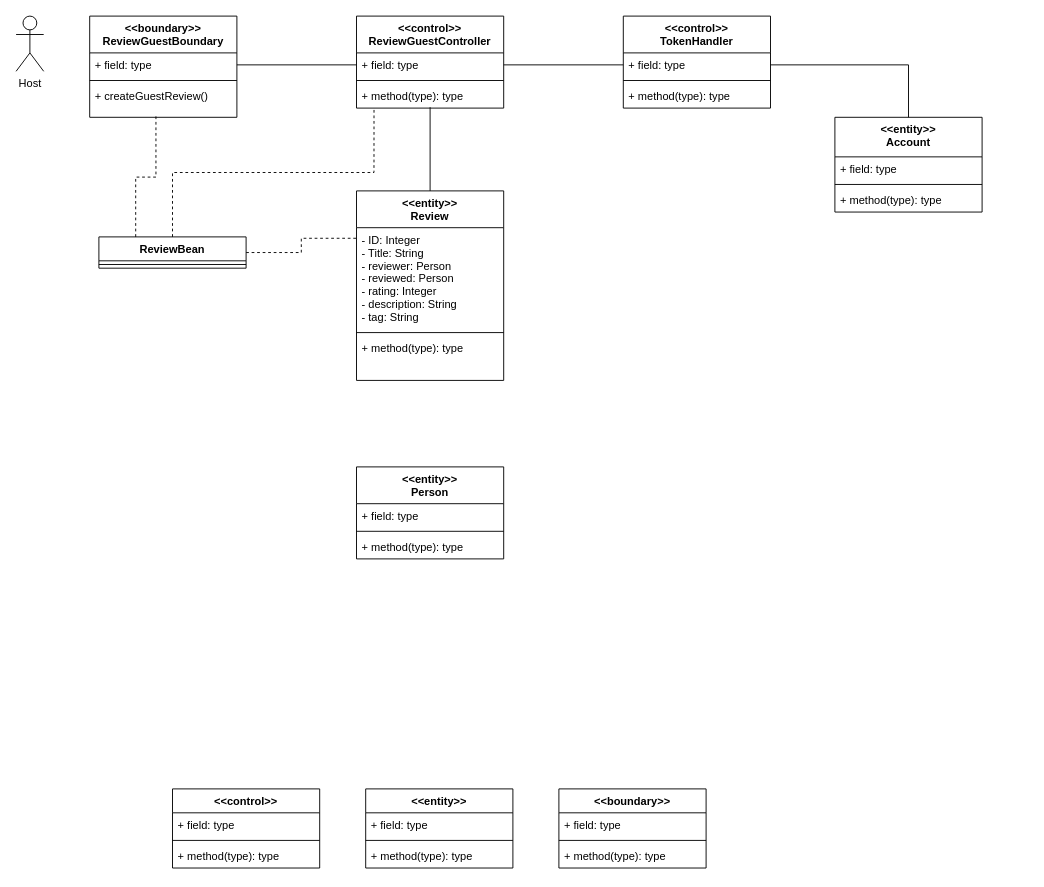
nic-agos/DoveStudi keeps this draw.io diagram as Docs/VoPC/VoPC ReviewGuest.drawio. Above is the earlier version. Source tidied: cells renumbered, new cells numbered last; positions are measured from the earlier drawing's top-left corner, leaving out a move shared by most shapes. Both pictures are drawn from the tidied source at 92%, with x=0, y=0 at pixel (16, 16).
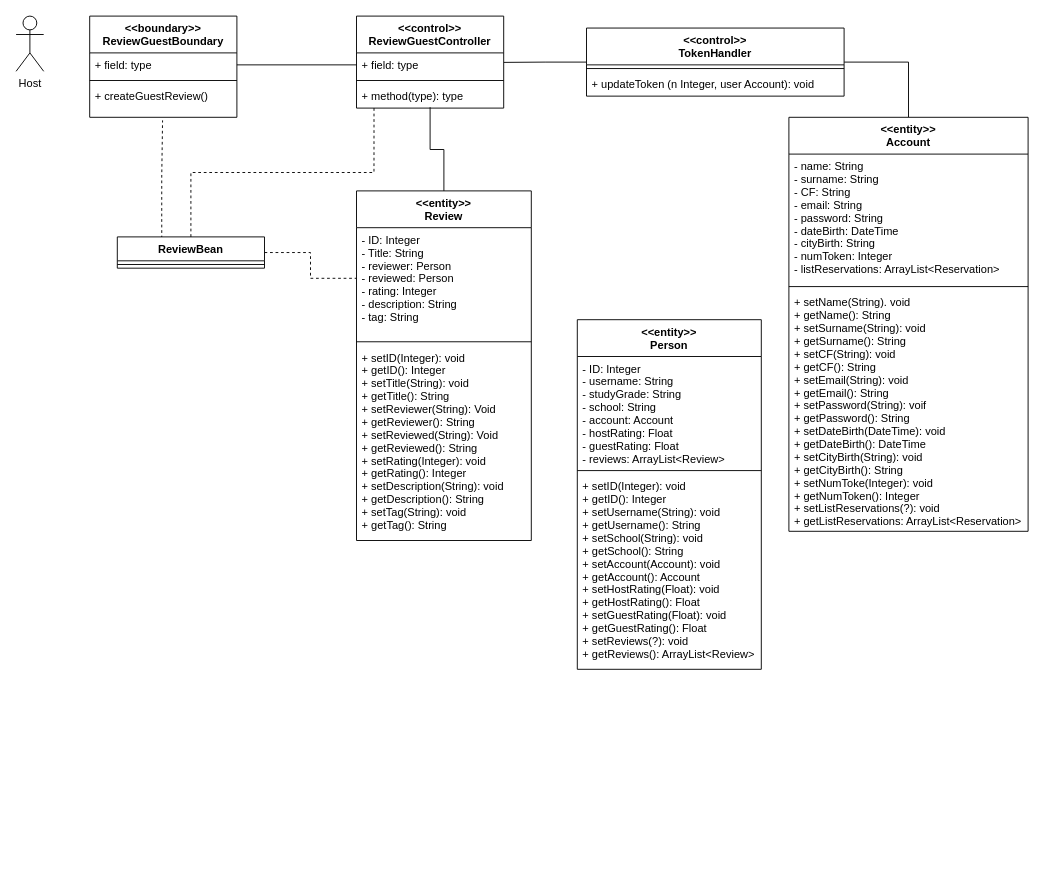
The same diagram, later.

Commit message:
Added setter and getter methods

The change refers to these unchanged cells:
```xml
<mxCell id="21" value="+ field: type" style="text;strokeColor=none;fillColor=none;align=left;verticalAlign=top;spacingLeft=4;spacingRight=4;overflow=hidden;points=[[0,0.5],[1,0.5]];portConstraint=eastwest;" parent="20" vertex="1">
  <mxGeometry y="40" width="160" height="26" as="geometry" />
</mxCell>
<mxCell id="23" value="+ createGuestReview()" style="text;strokeColor=none;fillColor=none;align=left;verticalAlign=top;spacingLeft=4;spacingRight=4;overflow=hidden;points=[[0,0.5],[1,0.5]];portConstraint=eastwest;" parent="20" vertex="1">
  <mxGeometry y="74" width="160" height="36" as="geometry" />
</mxCell>
<mxCell id="25" value="+ field: type" style="text;strokeColor=none;fillColor=none;align=left;verticalAlign=top;spacingLeft=4;spacingRight=4;overflow=hidden;points=[[0,0.5],[1,0.5]];portConstraint=eastwest;" parent="24" vertex="1">
  <mxGeometry y="40" width="160" height="26" as="geometry" />
</mxCell>
```

Change to the diagram source:
```diff
@@
-    <mxCell id="2" value="&lt;&lt;control&gt;&gt;" style="swimlane;fontStyle=1;align=center;verticalAlign=top;horizontal=1;startSize=26;" parent="1" vertex="1">
-      <mxGeometry x="170" y="840" width="160" height="86" as="geometry" />
-    </mxCell>
-    <mxCell id="3" value="+ field: type" style="text;strokeColor=none;fillColor=none;align=left;verticalAlign=top;spacingLeft=4;spacingRight=4;overflow=hidden;" parent="2" vertex="1">
-      <mxGeometry y="26" width="160" height="26" as="geometry" />
-    </mxCell>
-    <mxCell id="4" style="line;strokeWidth=1;fillColor=none;align=left;verticalAlign=middle;spacingTop=-1;spacingLeft=3;spacingRight=3;labelPosition=right;" parent="2" vertex="1">
-      <mxGeometry y="52" width="160" height="8" as="geometry" />
-    </mxCell>
-    <mxCell id="5" value="+ method(type): type" style="text;strokeColor=none;fillColor=none;align=left;verticalAlign=top;spacingLeft=4;spacingRight=4;overflow=hidden;" parent="2" vertex="1">
-      <mxGeometry y="60" width="160" height="26" as="geometry" />
-    </mxCell>
-    <mxCell id="6" value="&lt;&lt;entity&gt;&gt;" style="swimlane;fontStyle=1;align=center;verticalAlign=top;horizontal=1;startSize=26;" parent="1" vertex="1">
-      <mxGeometry x="380" y="840" width="160" height="86" as="geometry" />
-    </mxCell>
-    <mxCell id="7" value="+ field: type" style="text;strokeColor=none;fillColor=none;align=left;verticalAlign=top;spacingLeft=4;spacingRight=4;overflow=hidden;" parent="6" vertex="1">
-      <mxGeometry y="26" width="160" height="26" as="geometry" />
-    </mxCell>
-    <mxCell id="8" style="line;strokeWidth=1;fillColor=none;align=left;verticalAlign=middle;spacingTop=-1;spacingLeft=3;spacingRight=3;labelPosition=right;" parent="6" vertex="1">
-      <mxGeometry y="52" width="160" height="8" as="geometry" />
-    </mxCell>
-    <mxCell id="9" value="+ method(type): type" style="text;strokeColor=none;fillColor=none;align=left;verticalAlign=top;spacingLeft=4;spacingRight=4;overflow=hidden;" parent="6" vertex="1">
-      <mxGeometry y="60" width="160" height="26" as="geometry" />
-    </mxCell>
-    <mxCell id="10" value="&lt;&lt;boundary&gt;&gt;" style="swimlane;fontStyle=1;align=center;verticalAlign=top;horizontal=1;startSize=26;" parent="1" vertex="1">
-      <mxGeometry x="590" y="840" width="160" height="86" as="geometry" />
-    </mxCell>
-    <mxCell id="11" value="+ field: type" style="text;strokeColor=none;fillColor=none;align=left;verticalAlign=top;spacingLeft=4;spacingRight=4;overflow=hidden;" parent="10" vertex="1">
-      <mxGeometry y="26" width="160" height="26" as="geometry" />
-    </mxCell>
-    <mxCell id="12" style="line;strokeWidth=1;fillColor=none;align=left;verticalAlign=middle;spacingTop=-1;spacingLeft=3;spacingRight=3;labelPosition=right;" parent="10" vertex="1">
-      <mxGeometry y="52" width="160" height="8" as="geometry" />
-    </mxCell>
-    <mxCell id="13" value="+ method(type): type" style="text;strokeColor=none;fillColor=none;align=left;verticalAlign=top;spacingLeft=4;spacingRight=4;overflow=hidden;" parent="10" vertex="1">
-      <mxGeometry y="60" width="160" height="26" as="geometry" />
-    </mxCell>
@@
-    <mxCell id="16" style="edgeStyle=orthogonalEdgeStyle;rounded=0;jettySize=auto;html=1;exitX=0.25;exitY=0;exitDx=0;exitDy=0;entryX=0.45;entryY=0.972;entryDx=0;entryDy=0;entryPerimeter=0;dashed=1;endArrow=none;endFill=0;" parent="1" edge="1" source="17" target="23">
-      <mxGeometry relative="1" as="geometry" />
+    <mxCell id="16" style="edgeStyle=orthogonalEdgeStyle;rounded=0;jettySize=auto;html=1;entryX=0.495;entryY=1.093;entryDx=0;entryDy=0;entryPerimeter=0;dashed=1;endArrow=none;endFill=0;exitX=0.302;exitY=0.049;exitDx=0;exitDy=0;exitPerimeter=0;" parent="1" edge="1" source="17" target="23">
+      <mxGeometry relative="1" as="geometry">
+        <Array as="points">
+          <mxPoint x="158" y="175" />
+          <mxPoint x="159" y="175" />
+        </Array>
+      </mxGeometry>
     </mxCell>
     <mxCell id="17" value="ReviewBean" style="swimlane;fontStyle=1;align=center;verticalAlign=top;horizontal=1;startSize=26;" parent="1" vertex="1">
-      <mxGeometry x="90" y="240" width="160" height="34" as="geometry" />
+      <mxGeometry x="110" y="240" width="160" height="34" as="geometry" />
     </mxCell>
@@
     <mxCell id="29" value="&lt;&lt;entity&gt;&gt;&#10;Review" style="swimlane;fontStyle=1;align=center;verticalAlign=top;horizontal=1;startSize=40;" parent="1" vertex="1">
-      <mxGeometry x="370" y="190" width="160" height="206" as="geometry" />
+      <mxGeometry x="370" y="190" width="190" height="380" as="geometry" />
     </mxCell>
     <mxCell id="30" value="- ID: Integer&#10;- Title: String&#10;- reviewer: Person&#10;- reviewed: Person&#10;- rating: Integer&#10;- description: String&#10;- tag: String" style="text;strokeColor=none;fillColor=none;align=left;verticalAlign=top;spacingLeft=4;spacingRight=4;overflow=hidden;" parent="29" vertex="1">
-      <mxGeometry y="40" width="160" height="110" as="geometry" />
+      <mxGeometry y="40" width="190" height="120" as="geometry" />
     </mxCell>
     <mxCell id="31" style="line;strokeWidth=1;fillColor=none;align=left;verticalAlign=middle;spacingTop=-1;spacingLeft=3;spacingRight=3;labelPosition=right;" parent="29" vertex="1">
-      <mxGeometry y="150" width="160" height="8" as="geometry" />
+      <mxGeometry y="160" width="190" height="8" as="geometry" />
     </mxCell>
-    <mxCell id="32" value="+ method(type): type" style="text;strokeColor=none;fillColor=none;align=left;verticalAlign=top;spacingLeft=4;spacingRight=4;overflow=hidden;" parent="29" vertex="1">
-      <mxGeometry y="158" width="160" height="48" as="geometry" />
+    <mxCell id="32" value="+ setID(Integer): void&#10;+ getID(): Integer&#10;+ setTitle(String): void&#10;+ getTitle(): String&#10;+ setReviewer(String): Void&#10;+ getReviewer(): String&#10;+ setReviewed(String): Void&#10;+ getReviewed(): String&#10;+ setRating(Integer): void&#10;+ getRating(): Integer&#10;+ setDescription(String): void&#10;+ getDescription(): String&#10;+ setTag(String): void&#10;+ getTag(): String " style="text;strokeColor=none;fillColor=none;align=left;verticalAlign=top;spacingLeft=4;spacingRight=4;overflow=hidden;" parent="29" vertex="1">
+      <mxGeometry y="168" width="190" height="212" as="geometry" />
     </mxCell>
+    <mxCell id="37" style="edgeStyle=orthogonalEdgeStyle;rounded=0;jettySize=auto;html=1;exitX=1;exitY=0.5;exitDx=0;exitDy=0;entryX=0;entryY=0.5;entryDx=0;entryDy=0;endArrow=none;endFill=0;" parent="1" edge="1" source="21" target="25">
+      <mxGeometry relative="1" as="geometry" />
+    </mxCell>
     <mxCell id="33" value="&lt;&lt;entity&gt;&gt;&#10;Person" style="swimlane;fontStyle=1;align=center;verticalAlign=top;horizontal=1;startSize=40;" parent="1" vertex="1">
-      <mxGeometry x="370" y="490" width="160" height="100" as="geometry" />
+      <mxGeometry x="610" y="330" width="200" height="380" as="geometry" />
     </mxCell>
-    <mxCell id="34" value="+ field: type" style="text;strokeColor=none;fillColor=none;align=left;verticalAlign=top;spacingLeft=4;spacingRight=4;overflow=hidden;" parent="33" vertex="1">
-      <mxGeometry y="40" width="160" height="26" as="geometry" />
-    </mxCell>
-    <mxCell id="35" style="line;strokeWidth=1;fillColor=none;align=left;verticalAlign=middle;spacingTop=-1;spacingLeft=3;spacingRight=3;labelPosition=right;" parent="33" vertex="1">
-      <mxGeometry y="66" width="160" height="8" as="geometry" />
-    </mxCell>
-    <mxCell id="36" value="+ method(type): type" style="text;strokeColor=none;fillColor=none;align=left;verticalAlign=top;spacingLeft=4;spacingRight=4;overflow=hidden;" parent="33" vertex="1">
-      <mxGeometry y="74" width="160" height="26" as="geometry" />
-    </mxCell>
-    <mxCell id="37" style="edgeStyle=orthogonalEdgeStyle;rounded=0;jettySize=auto;html=1;exitX=1;exitY=0.5;exitDx=0;exitDy=0;entryX=0;entryY=0.5;entryDx=0;entryDy=0;endArrow=none;endFill=0;" parent="1" edge="1" source="21" target="25">
-      <mxGeometry relative="1" as="geometry" />
-    </mxCell>
+    <mxCell id="48" value="- ID: Integer&#10;- username: String&#10;- studyGrade: String&#10;- school: String&#10;- account: Account&#10;- hostRating: Float&#10;- guestRating: Float&#10;- reviews: ArrayList&lt;Review&gt;" style="text;strokeColor=none;fillColor=none;align=left;verticalAlign=top;spacingLeft=4;spacingRight=4;overflow=hidden;" parent="33" vertex="1">
+      <mxGeometry y="40" width="200" height="120" as="geometry" />
+    </mxCell>
+    <mxCell id="49" style="line;strokeWidth=1;fillColor=none;align=left;verticalAlign=middle;spacingTop=-1;spacingLeft=3;spacingRight=3;labelPosition=right;" parent="33" vertex="1">
+      <mxGeometry y="160" width="200" height="8" as="geometry" />
+    </mxCell>
+    <mxCell id="50" value="+ setID(Integer): void&#10;+ getID(): Integer&#10;+ setUsername(String): void&#10;+ getUsername(): String&#10;+ setSchool(String): void&#10;+ getSchool(): String&#10;+ setAccount(Account): void&#10;+ getAccount(): Account&#10;+ setHostRating(Float): void&#10;+ getHostRating(): Float&#10;+ setGuestRating(Float): void&#10;+ getGuestRating(): Float&#10;+ setReviews(?): void&#10;+ getReviews(): ArrayList&lt;Review&gt;" style="text;strokeColor=none;fillColor=none;align=left;verticalAlign=top;spacingLeft=4;spacingRight=4;overflow=hidden;" parent="33" vertex="1">
+      <mxGeometry y="168" width="200" height="212" as="geometry" />
+    </mxCell>
+    <mxCell id="51" style="edgeStyle=orthogonalEdgeStyle;rounded=0;jettySize=auto;html=1;entryX=1;entryY=0.5;entryDx=0;entryDy=0;endArrow=none;endFill=0;" parent="1" edge="1" source="38" target="42">
+      <mxGeometry relative="1" as="geometry" />
+    </mxCell>
-    <mxCell id="38" value="&lt;&lt;entity&gt;&gt;&#10;Account" style="swimlane;fontStyle=1;align=center;verticalAlign=top;horizontal=1;startSize=43;" parent="1" vertex="1">
-      <mxGeometry x="890" y="110" width="160" height="103" as="geometry" />
+    <mxCell id="38" value="&lt;&lt;entity&gt;&gt;&#10;Account" style="swimlane;fontStyle=1;align=center;verticalAlign=top;horizontal=1;startSize=40;" parent="1" vertex="1">
+      <mxGeometry x="840" y="110" width="260" height="450" as="geometry" />
     </mxCell>
-    <mxCell id="39" value="+ field: type" style="text;strokeColor=none;fillColor=none;align=left;verticalAlign=top;spacingLeft=4;spacingRight=4;overflow=hidden;" parent="38" vertex="1">
-      <mxGeometry y="43" width="160" height="26" as="geometry" />
-    </mxCell>
-    <mxCell id="40" style="line;strokeWidth=1;fillColor=none;align=left;verticalAlign=middle;spacingTop=-1;spacingLeft=3;spacingRight=3;labelPosition=right;" parent="38" vertex="1">
-      <mxGeometry y="69" width="160" height="8" as="geometry" />
-    </mxCell>
-    <mxCell id="41" value="+ method(type): type" style="text;strokeColor=none;fillColor=none;align=left;verticalAlign=top;spacingLeft=4;spacingRight=4;overflow=hidden;" parent="38" vertex="1">
-      <mxGeometry y="77" width="160" height="26" as="geometry" />
-    </mxCell>
+    <mxCell id="52" value="- name: String&#10;- surname: String&#10;- CF: String&#10;- email: String&#10;- password: String&#10;- dateBirth: DateTime&#10;- cityBirth: String&#10;- numToken: Integer&#10;- listReservations: ArrayList&lt;Reservation&gt;" style="text;strokeColor=none;fillColor=none;align=left;verticalAlign=top;spacingLeft=4;spacingRight=4;overflow=hidden;" parent="38" vertex="1">
+      <mxGeometry y="40" width="260" height="140" as="geometry" />
+    </mxCell>
+    <mxCell id="53" style="line;strokeWidth=1;fillColor=none;align=left;verticalAlign=middle;spacingTop=-1;spacingLeft=3;spacingRight=3;labelPosition=right;" parent="38" vertex="1">
+      <mxGeometry y="180" width="260" height="8" as="geometry" />
+    </mxCell>
+    <mxCell id="54" value="+ setName(String). void&#10;+ getName(): String&#10;+ setSurname(String): void&#10;+ getSurname(): String&#10;+ setCF(String): void&#10;+ getCF(): String&#10;+ setEmail(String): void&#10;+ getEmail(): String&#10;+ setPassword(String): voif&#10;+ getPassword(): String&#10;+ setDateBirth(DateTime): void&#10;+ getDateBirth(): DateTime&#10;+ setCityBirth(String): void&#10;+ getCityBirth(): String&#10;+ setNumToke(Integer): void&#10;+ getNumToken(): Integer&#10;+ setListReservations(?): void&#10;+ getListReservations: ArrayList&lt;Reservation&gt;&#10;&#10;" style="text;strokeColor=none;fillColor=none;align=left;verticalAlign=top;spacingLeft=4;spacingRight=4;overflow=hidden;" parent="38" vertex="1">
+      <mxGeometry y="188" width="260" height="262" as="geometry" />
+    </mxCell>
+    <mxCell id="55" style="edgeStyle=orthogonalEdgeStyle;rounded=0;jettySize=auto;html=1;entryX=1.001;entryY=0.397;entryDx=0;entryDy=0;entryPerimeter=0;endArrow=none;endFill=0;" parent="1" edge="1" source="42" target="25">
+      <mxGeometry relative="1" as="geometry" />
+    </mxCell>
     <mxCell id="42" value="&lt;&lt;control&gt;&gt;&#10;TokenHandler" style="swimlane;fontStyle=1;align=center;verticalAlign=top;horizontal=1;startSize=40;" parent="1" vertex="1">
-      <mxGeometry x="660" width="160" height="100" as="geometry" />
+      <mxGeometry x="620" y="13" width="280" height="74" as="geometry" />
     </mxCell>
-    <mxCell id="43" value="+ field: type" style="text;strokeColor=none;fillColor=none;align=left;verticalAlign=top;spacingLeft=4;spacingRight=4;overflow=hidden;points=[[0,0.5],[1,0.5]];portConstraint=eastwest;" parent="42" vertex="1">
-      <mxGeometry y="40" width="160" height="26" as="geometry" />
-    </mxCell>
-    <mxCell id="44" style="line;strokeWidth=1;fillColor=none;align=left;verticalAlign=middle;spacingTop=-1;spacingLeft=3;spacingRight=3;labelPosition=right;" parent="42" vertex="1">
-      <mxGeometry y="66" width="160" height="8" as="geometry" />
-    </mxCell>
-    <mxCell id="45" value="+ method(type): type" style="text;strokeColor=none;fillColor=none;align=left;verticalAlign=top;spacingLeft=4;spacingRight=4;overflow=hidden;" parent="42" vertex="1">
-      <mxGeometry y="74" width="160" height="26" as="geometry" />
-    </mxCell>
-    <mxCell id="46" style="edgeStyle=orthogonalEdgeStyle;rounded=0;jettySize=auto;html=1;entryX=0.5;entryY=0;entryDx=0;entryDy=0;endArrow=none;endFill=0;" parent="1" edge="1" source="43" target="38">
-      <mxGeometry relative="1" as="geometry" />
-    </mxCell>
-    <mxCell id="47" style="edgeStyle=orthogonalEdgeStyle;rounded=0;jettySize=auto;html=1;entryX=0;entryY=0.5;entryDx=0;entryDy=0;endArrow=none;endFill=0;" parent="1" edge="1" source="25" target="43">
-      <mxGeometry relative="1" as="geometry" />
-    </mxCell>
+    <mxCell id="56" style="line;strokeWidth=1;fillColor=none;align=left;verticalAlign=middle;spacingTop=-1;spacingLeft=3;spacingRight=3;labelPosition=right;" parent="42" vertex="1">
+      <mxGeometry y="40" width="280" height="8" as="geometry" />
+    </mxCell>
+    <mxCell id="57" value="+ updateToken (n Integer, user Account): void&#10;" style="text;strokeColor=none;fillColor=none;align=left;verticalAlign=top;spacingLeft=4;spacingRight=4;overflow=hidden;" parent="42" vertex="1">
+      <mxGeometry y="48" width="280" height="26" as="geometry" />
+    </mxCell>
```
